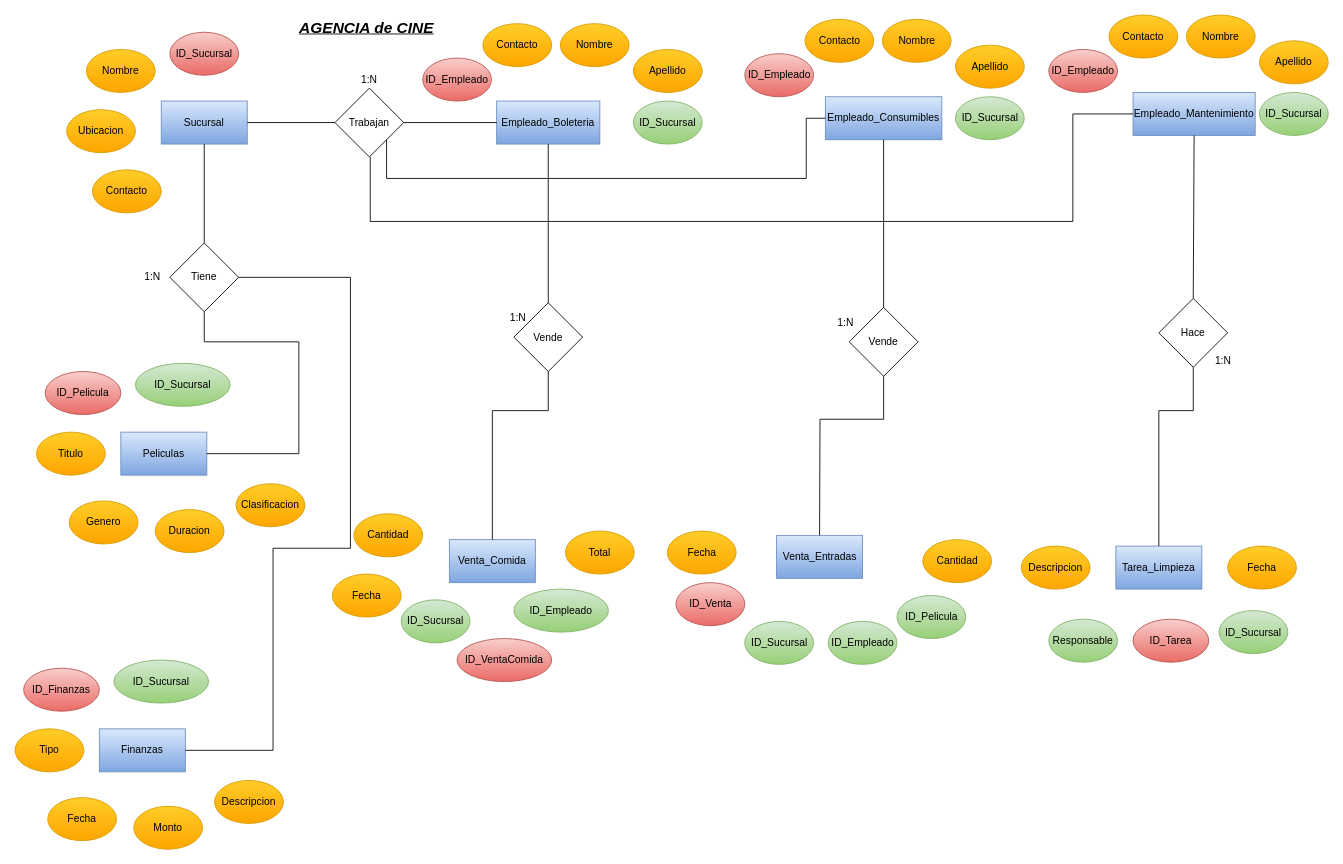
This is Analisis TP final.drawio from NahuelLV/Base-de-Datos, a draw.io file, before an edit. Source tidied: cells renumbered, new cells numbered last; positions are measured from the earlier drawing's top-left corner, leaving out a move shared by most shapes. Both pictures are drawn from the tidied source at 86%, with x=0, y=0 at pixel (15, 15).
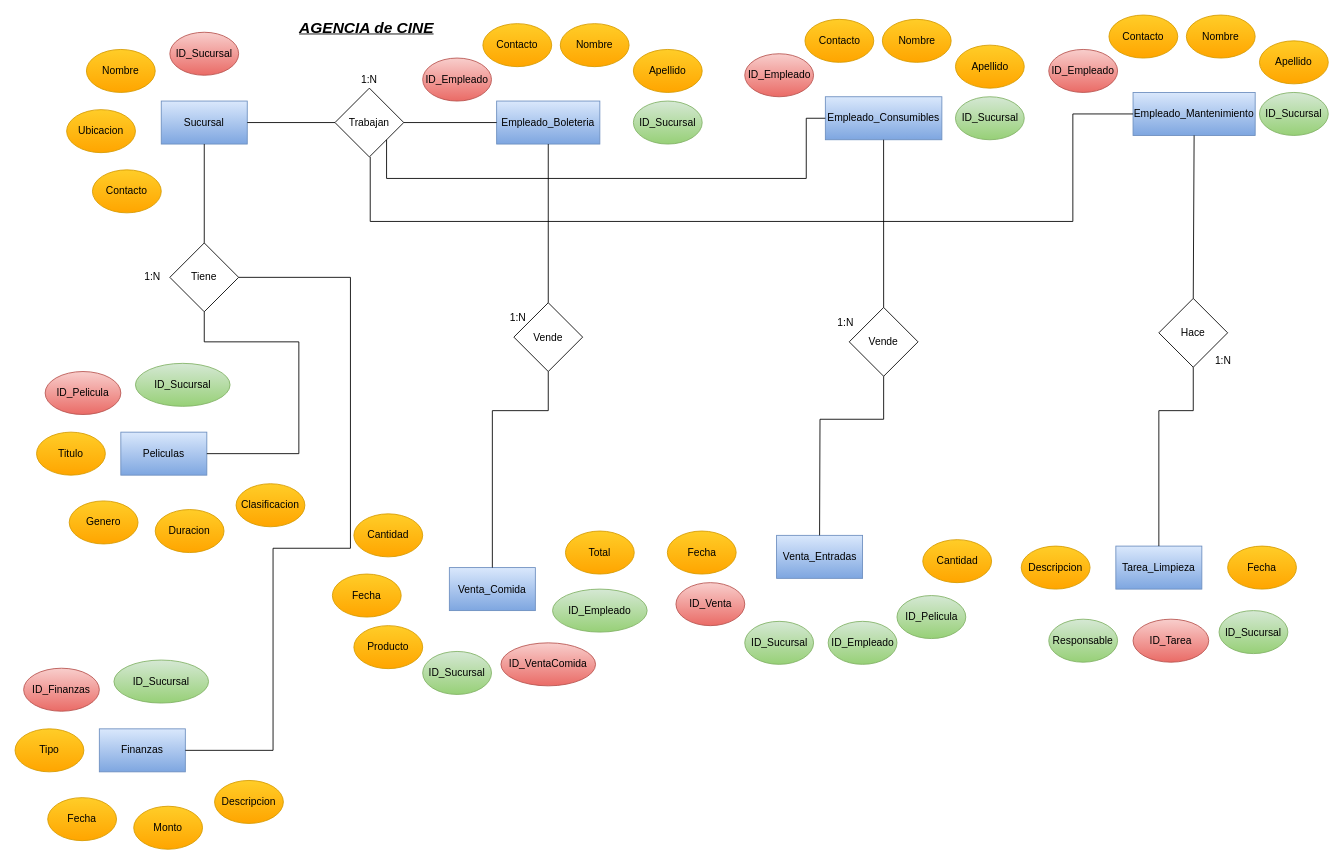
Above is the later version.

Diff of the diagram source:
```diff
@@
     <mxCell id="21" value="Venta_Comida" style="rounded=0;whiteSpace=wrap;html=1;fillColor=#dae8fc;gradientColor=#7ea6e0;strokeColor=#6c8ebf;" parent="1" vertex="1">
-      <mxGeometry x="505" y="610" width="100" height="50" as="geometry" />
+      <mxGeometry x="505" y="642.5" width="100" height="50" as="geometry" />
     </mxCell>
@@
     <mxCell id="23" value="ID_Empleado" style="ellipse;whiteSpace=wrap;html=1;fillColor=#d5e8d4;gradientColor=#97d077;strokeColor=#82b366;" parent="1" vertex="1">
-      <mxGeometry x="580" y="667.5" width="110" height="50" as="geometry" />
+      <mxGeometry x="625" y="667.5" width="110" height="50" as="geometry" />
     </mxCell>
@@
     <mxCell id="26" value="ID_VentaComida" style="ellipse;whiteSpace=wrap;html=1;fillColor=#f8cecc;gradientColor=#ea6b66;strokeColor=#b85450;" parent="1" vertex="1">
-      <mxGeometry x="514" y="725" width="110" height="50" as="geometry" />
+      <mxGeometry x="565" y="730" width="110" height="50" as="geometry" />
     </mxCell>
@@
     <mxCell id="74" value="ID_Sucursal" style="ellipse;whiteSpace=wrap;html=1;fillColor=#d5e8d4;gradientColor=#97d077;strokeColor=#82b366;" parent="1" vertex="1">
-      <mxGeometry x="449" y="680" width="80" height="50" as="geometry" />
+      <mxGeometry x="474" y="740" width="80" height="50" as="geometry" />
     </mxCell>
@@
+    <mxCell id="83" value="Producto" style="ellipse;whiteSpace=wrap;html=1;fillColor=#ffcd28;gradientColor=#ffa500;strokeColor=#d79b00;" parent="1" vertex="1">
+      <mxGeometry x="394" y="710" width="80" height="50" as="geometry" />
+    </mxCell>
```
